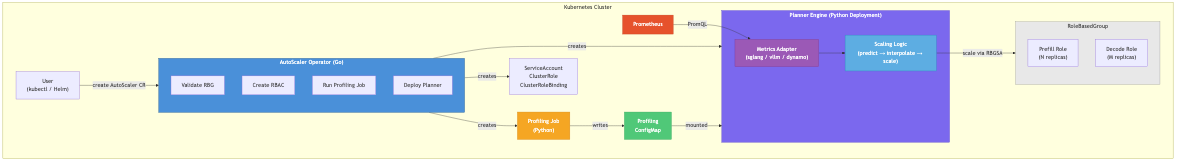
This is docs/images/architecture.png from rolebasedgroup/rbg-planner, a Mermaid export, as it was before one commit. Its source is kept beside it as docs/architecture.mmd.
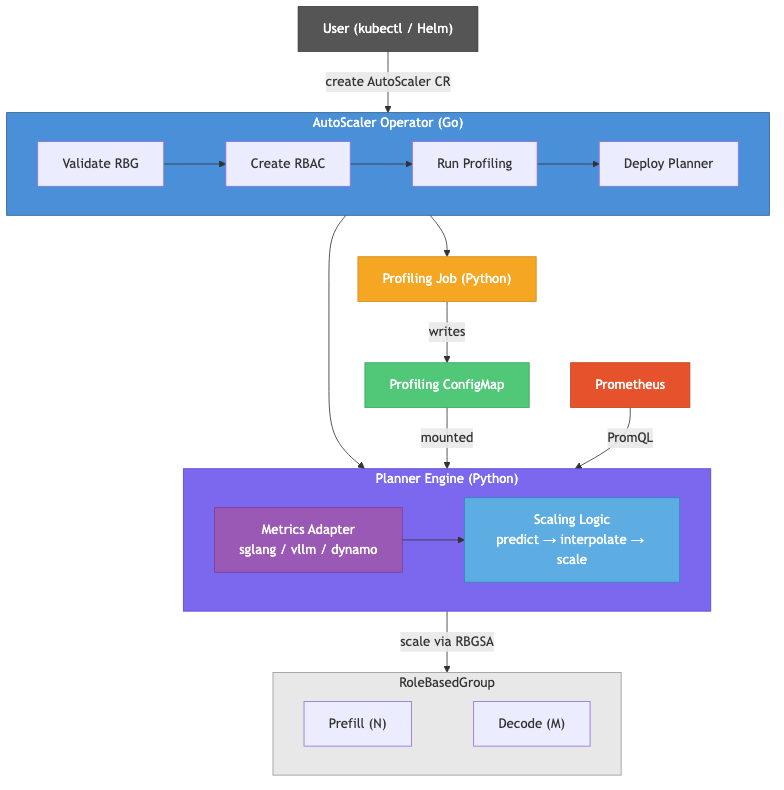
After the change.

Commit message:
fix: redesign architecture diagram to square layout (#17)

Restructure from wide horizontal layout to compact vertical layout.
Clearer visual hierarchy: User → Operator → Profiling → Planner → RBG.

Change to the diagram source:
```diff
@@ -1,37 +1,34 @@
-graph TB
-    subgraph Kubernetes Cluster
-        User["User<br/>(kubectl / Helm)"] -->|"create AutoScaler CR"| Operator
+graph TD
+    User["User (kubectl / Helm)"] -->|"create AutoScaler CR"| Operator
 
-        subgraph Operator["AutoScaler Operator (Go)"]
-            Validate["Validate RBG"]
-            RBAC["Create RBAC"]
-            Profile["Run Profiling Job"]
-            Deploy["Deploy Planner"]
-        end
-
-        Operator -->|"creates"| SA["ServiceAccount<br/>ClusterRole<br/>ClusterRoleBinding"]
-        Operator -->|"creates"| PJ["Profiling Job<br/>(Python)"]
-        PJ -->|"writes"| CM["Profiling<br/>ConfigMap"]
-        Operator -->|"creates"| PlannerDep
-
-        subgraph PlannerDep["Planner Engine (Python Deployment)"]
-            Adapter["Metrics Adapter<br/>(sglang / vllm / dynamo)"]
-            Core["Scaling Logic<br/>(predict &rarr; interpolate &rarr; scale)"]
-            Adapter --> Core
-        end
-
-        CM -->|"mounted"| PlannerDep
-        Prometheus["Prometheus"] -->|"PromQL"| Adapter
-        Core -->|"scale via RBGSA"| RBG
-
-        subgraph RBG["RoleBasedGroup"]
-            Prefill["Prefill Role<br/>(N replicas)"]
-            Decode["Decode Role<br/>(M replicas)"]
-        end
+    subgraph Operator["AutoScaler Operator (Go)"]
+        direction LR
+        Validate["Validate RBG"] --> RBAC["Create RBAC"]
+        RBAC --> Profile["Run Profiling"]
+        Profile --> Deploy["Deploy Planner"]
     end
 
+    Operator --> PJ["Profiling Job (Python)"]
+    Operator --> Planner
+    PJ -->|"writes"| CM["Profiling ConfigMap"]
+    CM -->|"mounted"| Planner
+    Prometheus["Prometheus"] -->|"PromQL"| Planner
+
+    subgraph Planner["Planner Engine (Python)"]
+        direction LR
+        Adapter["Metrics Adapter<br/>sglang / vllm / dynamo"] --> Core["Scaling Logic<br/>predict &rarr; interpolate &rarr; scale"]
+    end
+
+    Planner -->|"scale via RBGSA"| RBG
+
+    subgraph RBG["RoleBasedGroup"]
+        direction LR
+        Prefill["Prefill (N)"] ~~~ Decode["Decode (M)"]
+    end
+
+    style User fill:#555,stroke:#333,color:#fff
     style Operator fill:#4A90D9,stroke:#2C5F8A,color:#fff
-    style PlannerDep fill:#7B68EE,stroke:#5B48CE,color:#fff
+    style Planner fill:#7B68EE,stroke:#5B48CE,color:#fff
     style Adapter fill:#9B59B6,stroke:#7D3C98,color:#fff
     style Core fill:#5DADE2,stroke:#2E86C1,color:#fff
     style PJ fill:#F5A623,stroke:#D4891A,color:#fff
```
